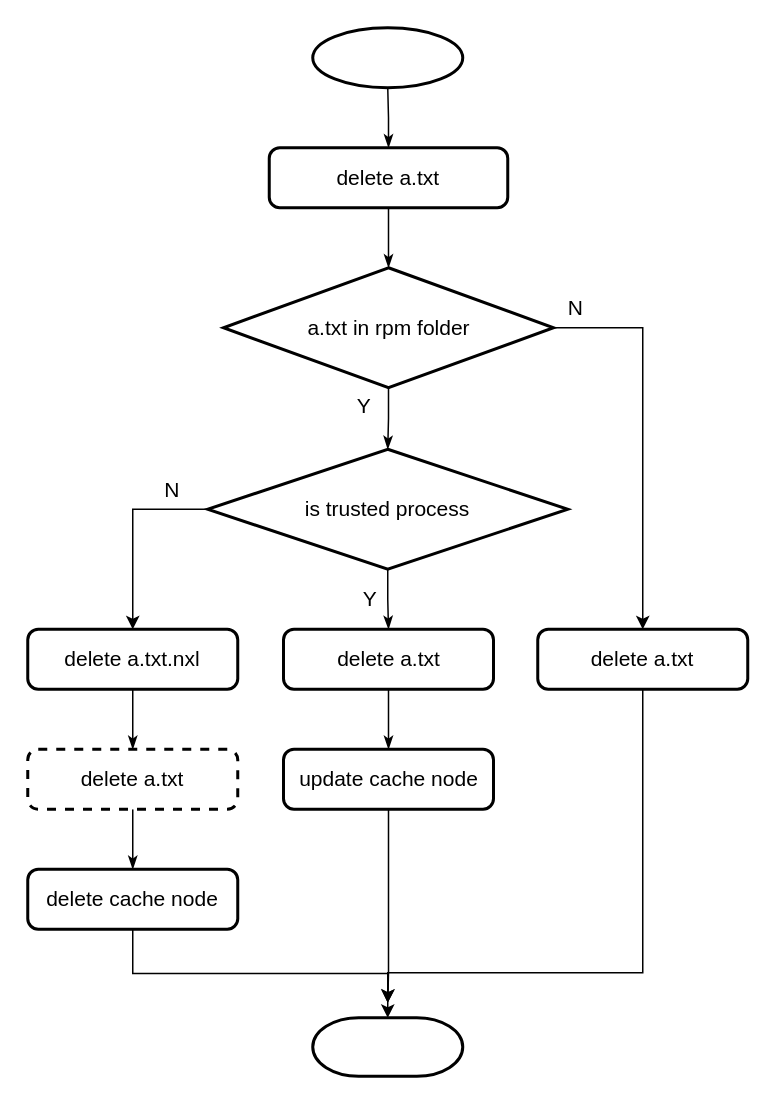
linfenwen/draw_io keeps this draw.io diagram as page "Page-6" (6 of 7) of ectr_detail.drawio. Above is the earlier version. Source tidied: cells renumbered, new cells numbered last; positions are measured from the earlier drawing's top-left corner, leaving out a move shared by most shapes. Both pictures are drawn from the tidied source at 150%, with x=0, y=0 at pixel (27, 27).
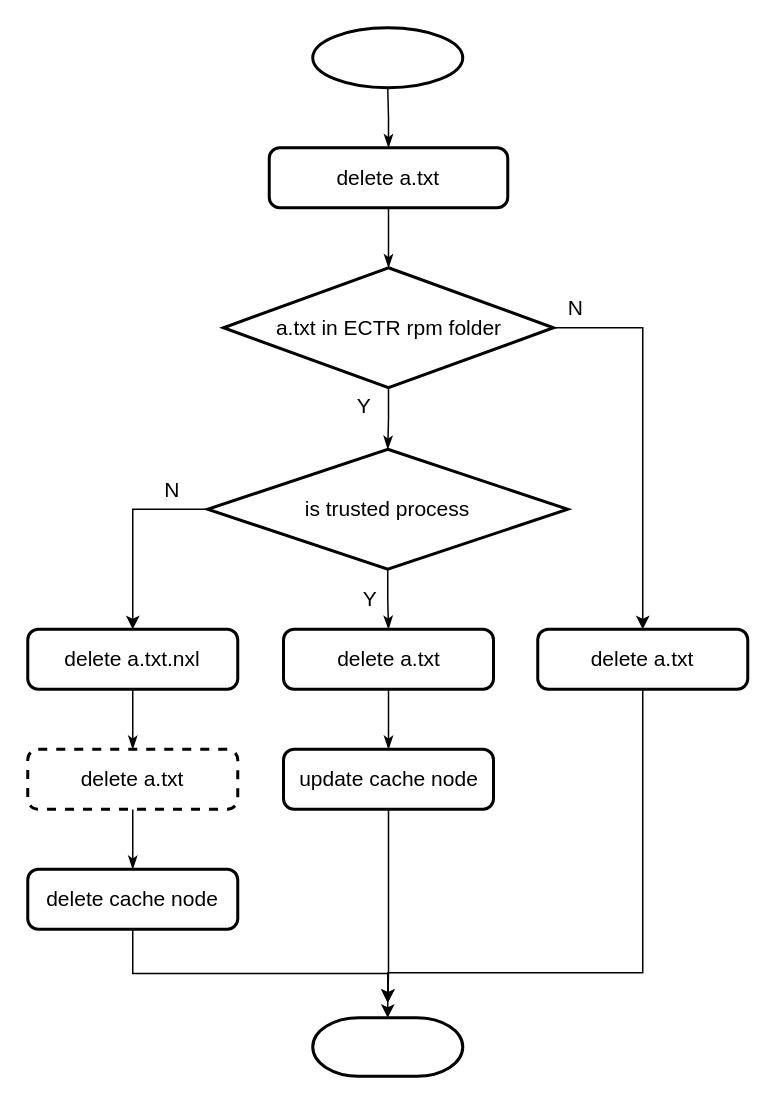
Above is the later version.

What changed in the source:
```diff
@@
-    <mxCell id="7" value="a.txt in rpm folder" style="strokeWidth=2;html=1;shape=mxgraph.flowchart.decision;whiteSpace=wrap;fontSize=14;fillColor=#FFFFFF;" parent="1" vertex="1">
+    <mxCell id="7" value="a.txt in ECTR rpm folder" style="strokeWidth=2;html=1;shape=mxgraph.flowchart.decision;whiteSpace=wrap;fontSize=14;fillColor=#FFFFFF;" parent="1" vertex="1">
       <mxGeometry x="130.5" y="160" width="220" height="80" as="geometry" />
     </mxCell>
```
